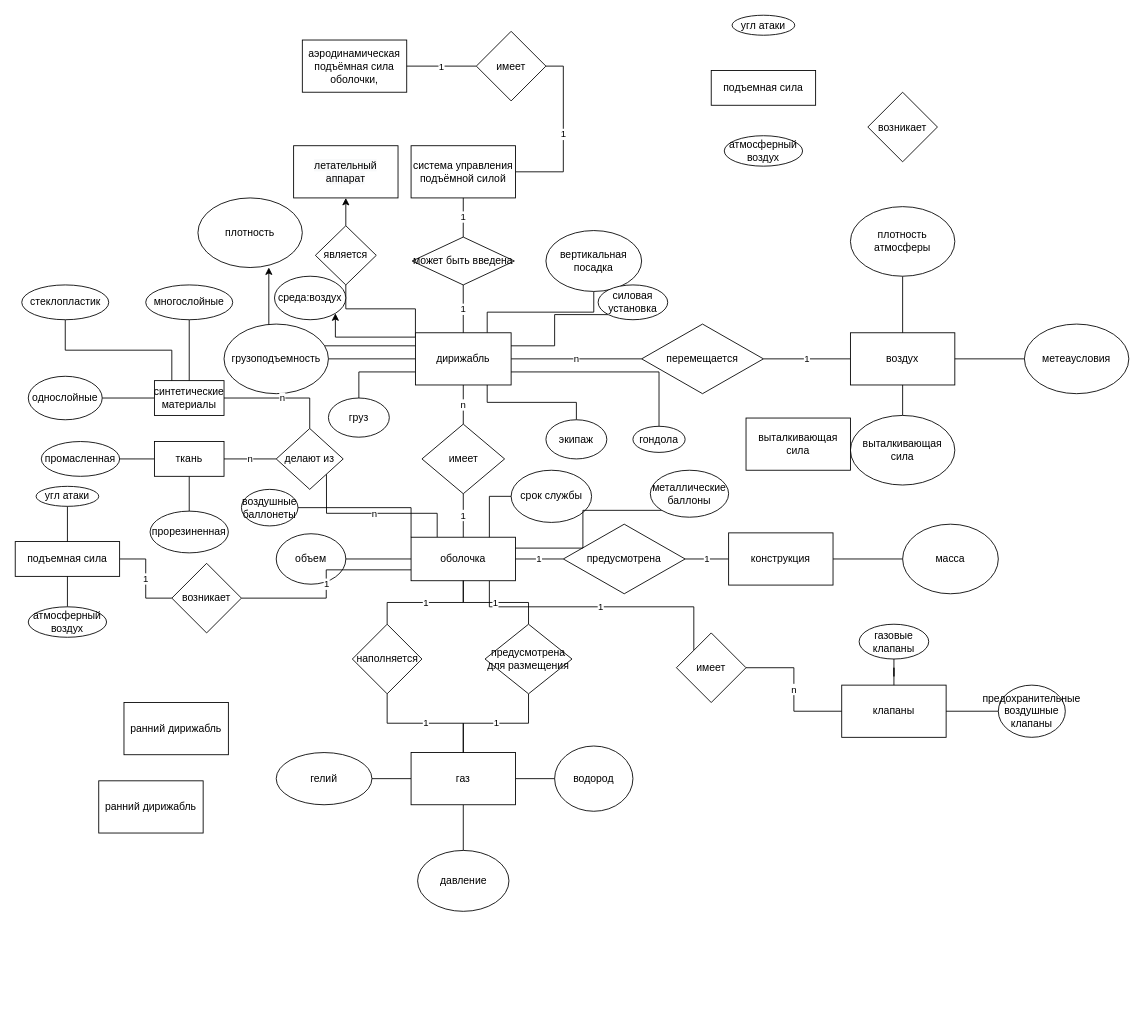
Earlier version of the draw.io diagram Untitled Diagram.drawio (KozlovKA/PPvIS5sem). Source tidied: cells renumbered, new cells numbered last; positions are measured from the earlier drawing's top-left corner, leaving out a move shared by most shapes. Both pictures are drawn from the tidied source at 87%, with x=0, y=0 at pixel (15, 15).
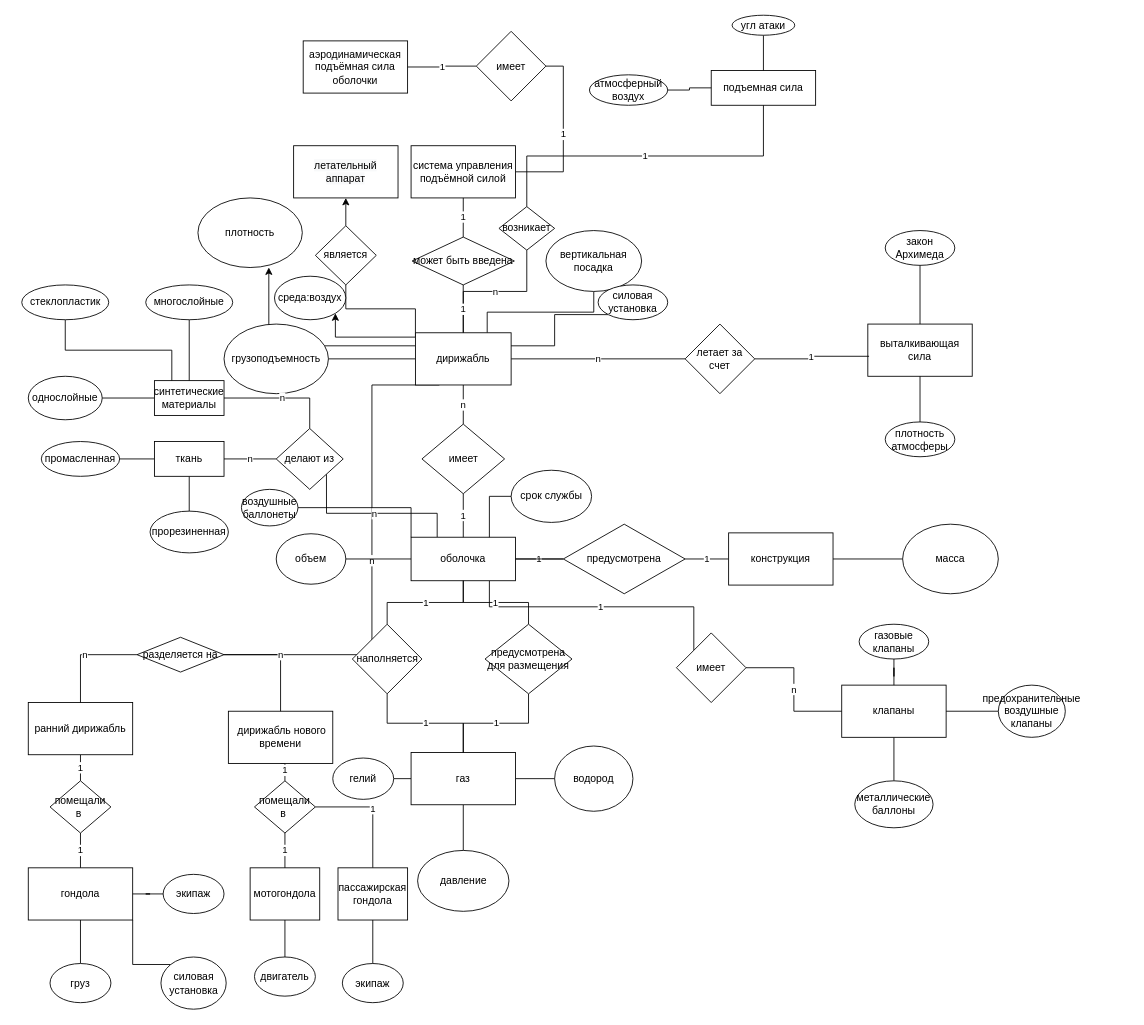
The same page after the edit.

The change refers to these unchanged cells:
```xml
<mxCell id="11" value="дирижабль" style="rounded=0;whiteSpace=wrap;html=1;" parent="1" vertex="1">
  <mxGeometry x="460" y="365" width="110" height="60" as="geometry" />
</mxCell>
<mxCell id="17" value="оболочка" style="rounded=0;whiteSpace=wrap;html=1;" parent="1" vertex="1">
  <mxGeometry x="455" y="600" width="120" height="50" as="geometry" />
</mxCell>
<mxCell id="35" value="предусмотрена" style="rhombus;whiteSpace=wrap;html=1;" parent="1" vertex="1">
  <mxGeometry x="630" y="585" width="140" height="80" as="geometry" />
</mxCell>
<mxCell id="97" value="подъемная сила" style="rounded=0;whiteSpace=wrap;html=1;" parent="1" vertex="1">
  <mxGeometry x="800" y="63.5" width="120" height="40" as="geometry" />
</mxCell>
<mxCell id="99" value="угл атаки" style="ellipse;whiteSpace=wrap;html=1;" parent="1" vertex="1">
  <mxGeometry x="824" width="72" height="23" as="geometry" />
</mxCell>
<mxCell id="102" value="клапаны" style="rounded=0;whiteSpace=wrap;html=1;" parent="1" vertex="1">
  <mxGeometry x="950" y="770" width="120" height="60" as="geometry" />
</mxCell>
```

The edit, as a diff of the source:
```diff
@@
-    <mxCell id="2" value="1" style="edgeStyle=orthogonalEdgeStyle;rounded=0;jettySize=auto;html=1;exitX=1;exitY=0.5;exitDx=0;exitDy=0;endArrow=none;endFill=0;" parent="1" edge="1" source="3" target="4">
-      <mxGeometry relative="1" as="geometry" />
-    </mxCell>
-    <mxCell id="3" value="перемещается" style="rhombus;whiteSpace=wrap;html=1;" parent="1" vertex="1">
-      <mxGeometry x="720" y="355" width="140" height="80" as="geometry" />
-    </mxCell>
-    <mxCell id="4" value="воздух" style="rounded=0;whiteSpace=wrap;html=1;" parent="1" vertex="1">
-      <mxGeometry x="960" y="365" width="120" height="60" as="geometry" />
-    </mxCell>
@@
-    <mxCell id="7" value="n" style="edgeStyle=orthogonalEdgeStyle;rounded=0;jettySize=auto;html=1;exitX=1;exitY=0.5;exitDx=0;exitDy=0;entryX=0;entryY=0.5;entryDx=0;entryDy=0;endArrow=none;endFill=0;" parent="1" edge="1" source="11" target="3">
-      <mxGeometry relative="1" as="geometry" />
-    </mxCell>
@@
+    <mxCell id="111" value="n" style="edgeStyle=orthogonalEdgeStyle;rounded=0;jettySize=auto;html=1;exitX=1;exitY=0.5;exitDx=0;exitDy=0;endArrow=none;endFill=0;" parent="1" edge="1" source="11" target="120">
+      <mxGeometry relative="1" as="geometry" />
+    </mxCell>
+    <mxCell id="112" value="n" style="edgeStyle=orthogonalEdgeStyle;rounded=0;jettySize=auto;html=1;exitX=0.5;exitY=0;exitDx=0;exitDy=0;entryX=0.5;entryY=1;entryDx=0;entryDy=0;endArrow=none;endFill=0;" parent="1" edge="1" source="11" target="125">
+      <mxGeometry relative="1" as="geometry" />
+    </mxCell>
+    <mxCell id="113" value="n" style="edgeStyle=orthogonalEdgeStyle;rounded=0;jettySize=auto;html=1;exitX=0.25;exitY=1;exitDx=0;exitDy=0;entryX=1;entryY=0.5;entryDx=0;entryDy=0;endArrow=none;endFill=0;" parent="1" edge="1" source="11" target="128">
+      <mxGeometry relative="1" as="geometry">
+        <Array as="points">
+          <mxPoint x="410" y="425" />
+          <mxPoint x="410" y="735" />
+        </Array>
+      </mxGeometry>
+    </mxCell>
@@
-    <mxCell id="13" style="edgeStyle=orthogonalEdgeStyle;rounded=0;jettySize=auto;html=1;exitX=0.5;exitY=1;exitDx=0;exitDy=0;entryX=0.5;entryY=0;entryDx=0;entryDy=0;endArrow=none;endFill=0;" parent="1" edge="1" source="14" target="4">
-      <mxGeometry relative="1" as="geometry" />
-    </mxCell>
-    <mxCell id="14" value="плотность атмосферы" style="ellipse;whiteSpace=wrap;html=1;" parent="1" vertex="1">
-      <mxGeometry x="960" y="220" width="120" height="80" as="geometry" />
-    </mxCell>
@@
     <mxCell id="27" value="гелий" style="ellipse;whiteSpace=wrap;html=1;" parent="1" vertex="1">
-      <mxGeometry x="300" y="847.5" width="110" height="60" as="geometry" />
+      <mxGeometry x="365" y="853.8" width="70" height="47.5" as="geometry" />
     </mxCell>
-    <mxCell id="28" style="edgeStyle=orthogonalEdgeStyle;rounded=0;jettySize=auto;html=1;exitX=0.5;exitY=0;exitDx=0;exitDy=0;entryX=0.5;entryY=1;entryDx=0;entryDy=0;endArrow=none;endFill=0;" parent="1" edge="1" source="29" target="4">
-      <mxGeometry relative="1" as="geometry" />
-    </mxCell>
-    <mxCell id="29" value="выталкивающая сила" style="ellipse;whiteSpace=wrap;html=1;" parent="1" vertex="1">
-      <mxGeometry x="960" y="460" width="120" height="80" as="geometry" />
-    </mxCell>
@@
+    <mxCell id="114" style="edgeStyle=orthogonalEdgeStyle;rounded=0;jettySize=auto;html=1;endArrow=none;endFill=0;" parent="1" edge="1" source="35" target="17">
+      <mxGeometry relative="1" as="geometry" />
+    </mxCell>
@@
-    <mxCell id="66" style="edgeStyle=orthogonalEdgeStyle;rounded=0;jettySize=auto;html=1;exitX=0;exitY=0.5;exitDx=0;exitDy=0;endArrow=none;endFill=0;" parent="1" edge="1" source="67" target="4">
-      <mxGeometry relative="1" as="geometry" />
-    </mxCell>
-    <mxCell id="67" value="метеаусловия" style="ellipse;whiteSpace=wrap;html=1;" parent="1" vertex="1">
-      <mxGeometry x="1160" y="355" width="120" height="80" as="geometry" />
-    </mxCell>
@@
-    <mxCell id="69" value="1" style="edgeStyle=orthogonalEdgeStyle;rounded=0;jettySize=auto;html=1;endArrow=none;endFill=0;" parent="1" edge="1" source="70" target="72">
-      <mxGeometry relative="1" as="geometry" />
-    </mxCell>
-    <mxCell id="70" value="подъемная сила" style="rounded=0;whiteSpace=wrap;html=1;" parent="1" vertex="1">
-      <mxGeometry y="605" width="120" height="40" as="geometry" />
-    </mxCell>
-    <mxCell id="71" value="1" style="edgeStyle=orthogonalEdgeStyle;rounded=0;jettySize=auto;html=1;exitX=1;exitY=0.5;exitDx=0;exitDy=0;entryX=0;entryY=0.75;entryDx=0;entryDy=0;endArrow=none;endFill=0;" parent="1" edge="1" source="72" target="17">
-      <mxGeometry relative="1" as="geometry" />
-    </mxCell>
-    <mxCell id="72" value="возникает" style="rhombus;whiteSpace=wrap;html=1;" parent="1" vertex="1">
-      <mxGeometry x="180" y="630" width="80" height="80" as="geometry" />
-    </mxCell>
-    <mxCell id="73" style="edgeStyle=orthogonalEdgeStyle;rounded=0;jettySize=auto;html=1;exitX=0.5;exitY=1;exitDx=0;exitDy=0;entryX=0.5;entryY=0;entryDx=0;entryDy=0;endArrow=none;endFill=0;" parent="1" edge="1" source="74" target="70">
-      <mxGeometry relative="1" as="geometry" />
-    </mxCell>
-    <mxCell id="74" value="угл атаки" style="ellipse;whiteSpace=wrap;html=1;" parent="1" vertex="1">
-      <mxGeometry x="24" y="541.5" width="72" height="23" as="geometry" />
-    </mxCell>
-    <mxCell id="75" style="edgeStyle=orthogonalEdgeStyle;rounded=0;jettySize=auto;html=1;exitX=0.5;exitY=0;exitDx=0;exitDy=0;entryX=0.5;entryY=1;entryDx=0;entryDy=0;endArrow=none;endFill=0;" parent="1" edge="1" source="76" target="70">
-      <mxGeometry relative="1" as="geometry" />
-    </mxCell>
-    <mxCell id="76" value="атмосферный воздух" style="ellipse;whiteSpace=wrap;html=1;" parent="1" vertex="1">
-      <mxGeometry x="15" y="680" width="90" height="35" as="geometry" />
-    </mxCell>
@@
-    <mxCell id="79" style="edgeStyle=orthogonalEdgeStyle;rounded=0;jettySize=auto;html=1;exitX=0;exitY=1;exitDx=0;exitDy=0;entryX=1;entryY=0.25;entryDx=0;entryDy=0;endArrow=none;endFill=0;" parent="1" edge="1" source="80" target="17">
+    <mxCell id="79" style="edgeStyle=orthogonalEdgeStyle;rounded=0;jettySize=auto;html=1;exitX=0.5;exitY=0;exitDx=0;exitDy=0;entryX=0.5;entryY=1;entryDx=0;entryDy=0;endArrow=none;endFill=0;" parent="1" edge="1" source="80" target="102">
       <mxGeometry relative="1" as="geometry" />
     </mxCell>
     <mxCell id="80" value="металлические баллоны" style="ellipse;whiteSpace=wrap;html=1;" parent="1" vertex="1">
-      <mxGeometry x="730" y="523" width="90" height="54" as="geometry" />
+      <mxGeometry x="965" y="880" width="90" height="54" as="geometry" />
     </mxCell>
-    <mxCell id="81" style="edgeStyle=orthogonalEdgeStyle;rounded=0;jettySize=auto;html=1;exitX=0.5;exitY=0;exitDx=0;exitDy=0;entryX=0.75;entryY=1;entryDx=0;entryDy=0;endArrow=none;endFill=0;" parent="1" edge="1" source="82" target="11">
-      <mxGeometry relative="1" as="geometry" />
-    </mxCell>
-    <mxCell id="82" value="экипаж" style="ellipse;whiteSpace=wrap;html=1;" parent="1" vertex="1">
-      <mxGeometry x="610" y="465" width="70" height="45" as="geometry" />
-    </mxCell>
-    <mxCell id="83" style="edgeStyle=orthogonalEdgeStyle;rounded=0;jettySize=auto;html=1;exitX=0.5;exitY=0;exitDx=0;exitDy=0;entryX=1;entryY=0.75;entryDx=0;entryDy=0;endArrow=none;endFill=0;" parent="1" edge="1" source="84" target="11">
-      <mxGeometry relative="1" as="geometry" />
-    </mxCell>
-    <mxCell id="84" value="гондола" style="ellipse;whiteSpace=wrap;html=1;" parent="1" vertex="1">
-      <mxGeometry x="710" y="472.5" width="60" height="30" as="geometry" />
-    </mxCell>
-    <mxCell id="85" style="edgeStyle=orthogonalEdgeStyle;rounded=0;jettySize=auto;html=1;exitX=0.5;exitY=0;exitDx=0;exitDy=0;entryX=0;entryY=0.75;entryDx=0;entryDy=0;endArrow=none;endFill=0;" parent="1" edge="1" source="86" target="11">
-      <mxGeometry relative="1" as="geometry" />
-    </mxCell>
-    <mxCell id="86" value="груз" style="ellipse;whiteSpace=wrap;html=1;" parent="1" vertex="1">
-      <mxGeometry x="360" y="440" width="70" height="45" as="geometry" />
-    </mxCell>
@@
     <mxCell id="93" value="выталкивающая сила" style="rounded=0;whiteSpace=wrap;html=1;" parent="1" vertex="1">
-      <mxGeometry x="840" y="463" width="120" height="60" as="geometry" />
+      <mxGeometry x="980" y="355" width="120" height="60" as="geometry" />
     </mxCell>
@@
+    <mxCell id="115" value="1" style="edgeStyle=orthogonalEdgeStyle;rounded=0;jettySize=auto;html=1;exitX=0.5;exitY=1;exitDx=0;exitDy=0;entryX=0.5;entryY=0;entryDx=0;entryDy=0;endArrow=none;endFill=0;" parent="1" edge="1" source="95" target="138">
+      <mxGeometry relative="1" as="geometry" />
+    </mxCell>
-    <mxCell id="95" value="ранний дирижабль" style="rounded=0;whiteSpace=wrap;html=1;" parent="1" vertex="1">
-      <mxGeometry x="96" y="880" width="120" height="60" as="geometry" />
+    <mxCell id="95" value="&amp;nbsp;дирижабль нового времени" style="rounded=0;whiteSpace=wrap;html=1;" parent="1" vertex="1">
+      <mxGeometry x="245" y="800" width="120" height="60" as="geometry" />
     </mxCell>
+    <mxCell id="116" value="1" style="edgeStyle=orthogonalEdgeStyle;rounded=0;jettySize=auto;html=1;exitX=0.5;exitY=1;exitDx=0;exitDy=0;entryX=0.5;entryY=0;entryDx=0;entryDy=0;endArrow=none;endFill=0;" parent="1" edge="1" source="96" target="130">
+      <mxGeometry relative="1" as="geometry" />
+    </mxCell>
     <mxCell id="96" value="ранний дирижабль" style="rounded=0;whiteSpace=wrap;html=1;" parent="1" vertex="1">
-      <mxGeometry x="125" y="790" width="120" height="60" as="geometry" />
+      <mxGeometry x="15" y="790" width="120" height="60" as="geometry" />
     </mxCell>
@@
-    <mxCell id="98" value="возникает" style="rhombus;whiteSpace=wrap;html=1;" parent="1" vertex="1">
-      <mxGeometry x="980" y="88.5" width="80" height="80" as="geometry" />
-    </mxCell>
+    <mxCell id="117" style="edgeStyle=orthogonalEdgeStyle;rounded=0;jettySize=auto;html=1;exitX=0.5;exitY=1;exitDx=0;exitDy=0;entryX=0.5;entryY=0;entryDx=0;entryDy=0;endArrow=none;endFill=0;" parent="1" edge="1" source="99" target="97">
+      <mxGeometry relative="1" as="geometry" />
+    </mxCell>
@@
+    <mxCell id="118" style="edgeStyle=orthogonalEdgeStyle;rounded=0;jettySize=auto;html=1;exitX=1;exitY=0.5;exitDx=0;exitDy=0;entryX=0;entryY=0.5;entryDx=0;entryDy=0;endArrow=none;endFill=0;" parent="1" edge="1" source="100" target="97">
+      <mxGeometry relative="1" as="geometry" />
+    </mxCell>
     <mxCell id="100" value="атмосферный воздух" style="ellipse;whiteSpace=wrap;html=1;" parent="1" vertex="1">
-      <mxGeometry x="815" y="138.5" width="90" height="35" as="geometry" />
+      <mxGeometry x="660" y="68.5" width="90" height="35" as="geometry" />
     </mxCell>
-    <mxCell id="101" value="&lt;span&gt;аэродинамическая подъёмная сила оболочки,&lt;/span&gt;" style="rounded=0;whiteSpace=wrap;html=1;" parent="1" vertex="1">
-      <mxGeometry x="330" y="28.5" width="120" height="60" as="geometry" />
+    <mxCell id="101" value="&lt;span&gt;аэродинамическая подъёмная сила оболочки&lt;/span&gt;" style="rounded=0;whiteSpace=wrap;html=1;" parent="1" vertex="1">
+      <mxGeometry x="331" y="29.5" width="120" height="60" as="geometry" />
     </mxCell>
@@
+    <mxCell id="119" value="1" style="edgeStyle=orthogonalEdgeStyle;rounded=0;jettySize=auto;html=1;exitX=1;exitY=0.5;exitDx=0;exitDy=0;entryX=0.012;entryY=0.617;entryDx=0;entryDy=0;entryPerimeter=0;endArrow=none;endFill=0;" parent="1" edge="1" source="120" target="93">
+      <mxGeometry relative="1" as="geometry" />
+    </mxCell>
+    <mxCell id="120" value="летает за счет" style="rhombus;whiteSpace=wrap;html=1;" parent="1" vertex="1">
+      <mxGeometry x="770" y="355" width="80" height="80" as="geometry" />
+    </mxCell>
+    <mxCell id="121" style="edgeStyle=orthogonalEdgeStyle;rounded=0;jettySize=auto;html=1;exitX=0.5;exitY=1;exitDx=0;exitDy=0;endArrow=none;endFill=0;" parent="1" edge="1" source="122" target="93">
+      <mxGeometry relative="1" as="geometry" />
+    </mxCell>
+    <mxCell id="122" value="закон Архимеда" style="ellipse;whiteSpace=wrap;html=1;" parent="1" vertex="1">
+      <mxGeometry x="1000" y="247.5" width="80" height="40" as="geometry" />
+    </mxCell>
+    <mxCell id="123" style="edgeStyle=orthogonalEdgeStyle;rounded=0;jettySize=auto;html=1;exitX=0.5;exitY=0;exitDx=0;exitDy=0;entryX=0.5;entryY=1;entryDx=0;entryDy=0;endArrow=none;endFill=0;" parent="1" edge="1" source="14" target="93">
+      <mxGeometry relative="1" as="geometry" />
+    </mxCell>
+    <mxCell id="14" value="плотность атмосферы" style="ellipse;whiteSpace=wrap;html=1;" parent="1" vertex="1">
+      <mxGeometry x="1000" y="467.5" width="80" height="40" as="geometry" />
+    </mxCell>
+    <mxCell id="124" value="1" style="edgeStyle=orthogonalEdgeStyle;rounded=0;jettySize=auto;html=1;exitX=0.5;exitY=0;exitDx=0;exitDy=0;endArrow=none;endFill=0;" parent="1" edge="1" source="125" target="97">
+      <mxGeometry relative="1" as="geometry" />
+    </mxCell>
+    <mxCell id="125" value="возникает" style="rhombus;whiteSpace=wrap;html=1;" parent="1" vertex="1">
+      <mxGeometry x="556" y="220" width="64" height="50" as="geometry" />
+    </mxCell>
+    <mxCell id="126" value="n" style="edgeStyle=orthogonalEdgeStyle;rounded=0;jettySize=auto;html=1;exitX=0;exitY=0.5;exitDx=0;exitDy=0;endArrow=none;endFill=0;" parent="1" edge="1" source="128" target="96">
+      <mxGeometry relative="1" as="geometry" />
+    </mxCell>
+    <mxCell id="127" value="n" style="edgeStyle=orthogonalEdgeStyle;rounded=0;jettySize=auto;html=1;exitX=1;exitY=0.5;exitDx=0;exitDy=0;endArrow=none;endFill=0;" parent="1" edge="1" source="128" target="95">
+      <mxGeometry relative="1" as="geometry" />
+    </mxCell>
+    <mxCell id="128" value="разделяется на" style="rhombus;whiteSpace=wrap;html=1;" parent="1" vertex="1">
+      <mxGeometry x="140" y="715" width="100" height="40" as="geometry" />
+    </mxCell>
+    <mxCell id="84" value="гондола" style="rounded=0;whiteSpace=wrap;html=1;" parent="1" vertex="1">
+      <mxGeometry x="15" y="980" width="120" height="60" as="geometry" />
+    </mxCell>
+    <mxCell id="129" value="1" style="edgeStyle=orthogonalEdgeStyle;rounded=0;jettySize=auto;html=1;exitX=0.5;exitY=1;exitDx=0;exitDy=0;endArrow=none;endFill=0;" parent="1" edge="1" source="130" target="84">
+      <mxGeometry relative="1" as="geometry" />
+    </mxCell>
+    <mxCell id="130" value="помещали в&amp;nbsp;" style="rhombus;whiteSpace=wrap;html=1;" parent="1" vertex="1">
+      <mxGeometry x="40" y="880" width="70" height="60" as="geometry" />
+    </mxCell>
+    <mxCell id="131" style="edgeStyle=orthogonalEdgeStyle;rounded=0;jettySize=auto;html=1;exitX=0;exitY=0.5;exitDx=0;exitDy=0;endArrow=none;endFill=0;" parent="1" edge="1" source="132" target="84">
+      <mxGeometry relative="1" as="geometry" />
+    </mxCell>
+    <mxCell id="132" value="экипаж" style="ellipse;whiteSpace=wrap;html=1;" parent="1" vertex="1">
+      <mxGeometry x="170" y="987.5" width="70" height="45" as="geometry" />
+    </mxCell>
+    <mxCell id="133" style="edgeStyle=orthogonalEdgeStyle;rounded=0;jettySize=auto;html=1;exitX=0.5;exitY=0;exitDx=0;exitDy=0;entryX=0.5;entryY=1;entryDx=0;entryDy=0;endArrow=none;endFill=0;" parent="1" edge="1" source="86" target="84">
+      <mxGeometry relative="1" as="geometry" />
+    </mxCell>
+    <mxCell id="86" value="груз" style="ellipse;whiteSpace=wrap;html=1;" parent="1" vertex="1">
+      <mxGeometry x="40" y="1090" width="70" height="45" as="geometry" />
+    </mxCell>
+    <mxCell id="134" style="edgeStyle=orthogonalEdgeStyle;rounded=0;jettySize=auto;html=1;exitX=0;exitY=0;exitDx=0;exitDy=0;entryX=1;entryY=1;entryDx=0;entryDy=0;endArrow=none;endFill=0;" parent="1" edge="1" source="135" target="84">
+      <mxGeometry relative="1" as="geometry" />
+    </mxCell>
+    <mxCell id="135" value="силовая установка" style="ellipse;whiteSpace=wrap;html=1;" parent="1" vertex="1">
+      <mxGeometry x="167.5" y="1082.5" width="75" height="60" as="geometry" />
+    </mxCell>
+    <mxCell id="136" value="мотогондола" style="rounded=0;whiteSpace=wrap;html=1;" parent="1" vertex="1">
+      <mxGeometry x="270" y="980" width="80" height="60" as="geometry" />
+    </mxCell>
+    <mxCell id="137" value="1" style="edgeStyle=orthogonalEdgeStyle;rounded=0;jettySize=auto;html=1;exitX=0.5;exitY=1;exitDx=0;exitDy=0;entryX=0.5;entryY=0;entryDx=0;entryDy=0;endArrow=none;endFill=0;" parent="1" edge="1" source="138" target="136">
+      <mxGeometry relative="1" as="geometry" />
+    </mxCell>
+    <mxCell id="2" value="1" style="edgeStyle=orthogonalEdgeStyle;rounded=0;jettySize=auto;html=1;exitX=1;exitY=0.5;exitDx=0;exitDy=0;endArrow=none;endFill=0;" parent="1" edge="1" source="138" target="141">
+      <mxGeometry relative="1" as="geometry" />
+    </mxCell>
+    <mxCell id="138" value="помещали в&amp;nbsp;" style="rhombus;whiteSpace=wrap;html=1;" parent="1" vertex="1">
+      <mxGeometry x="275" y="880" width="70" height="60" as="geometry" />
+    </mxCell>
+    <mxCell id="139" style="edgeStyle=orthogonalEdgeStyle;rounded=0;jettySize=auto;html=1;exitX=0.5;exitY=0;exitDx=0;exitDy=0;entryX=0.5;entryY=1;entryDx=0;entryDy=0;endArrow=none;endFill=0;" parent="1" edge="1" source="140" target="136">
+      <mxGeometry relative="1" as="geometry" />
+    </mxCell>
+    <mxCell id="140" value="двигатель" style="ellipse;whiteSpace=wrap;html=1;" parent="1" vertex="1">
+      <mxGeometry x="275" y="1082.5" width="70" height="45" as="geometry" />
+    </mxCell>
+    <mxCell id="141" value="пассажирская гондола" style="rounded=0;whiteSpace=wrap;html=1;" parent="1" vertex="1">
+      <mxGeometry x="371" y="980" width="80" height="60" as="geometry" />
+    </mxCell>
+    <mxCell id="142" style="edgeStyle=orthogonalEdgeStyle;rounded=0;jettySize=auto;html=1;exitX=0.5;exitY=0;exitDx=0;exitDy=0;entryX=0.5;entryY=1;entryDx=0;entryDy=0;endArrow=none;endFill=0;" parent="1" edge="1" source="143" target="141">
+      <mxGeometry relative="1" as="geometry" />
+    </mxCell>
+    <mxCell id="143" value="экипаж" style="ellipse;whiteSpace=wrap;html=1;" parent="1" vertex="1">
+      <mxGeometry x="376" y="1090" width="70" height="45" as="geometry" />
+    </mxCell>
```
